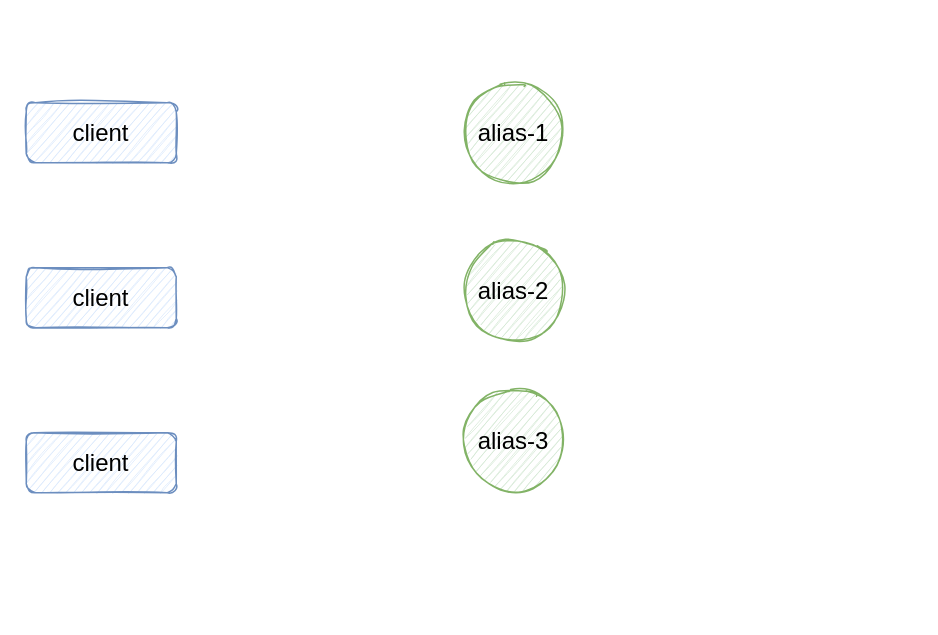
This is Elasticsearch/alias.drawio from cr7258/draw.io, a draw.io file, before an edit. Source tidied: cells renumbered, new cells numbered last; positions are measured from the earlier drawing's top-left corner, leaving out a move shared by most shapes. Both pictures are drawn from the tidied source at 150%, with x=0, y=0 at pixel (26, 80).
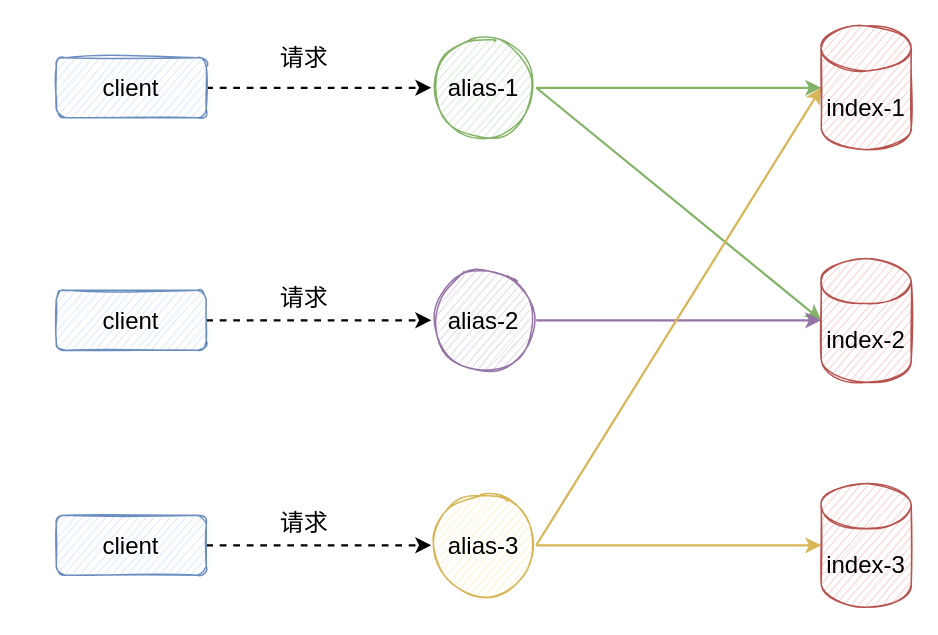
The same page after the edit.

What changed in the source:
```diff
@@
+    <mxCell id="8" style="edgeStyle=orthogonalEdgeStyle;rounded=0;jettySize=auto;html=1;exitX=1;exitY=0.5;exitDx=0;exitDy=0;entryX=0;entryY=0.5;entryDx=0;entryDy=0;fontSize=16;strokeWidth=1.5;dashed=1;" parent="1" edge="1" source="2" target="5">
+      <mxGeometry relative="1" as="geometry" />
+    </mxCell>
     <mxCell id="2" value="&lt;font style=&quot;font-size: 16px&quot;&gt;client&lt;/font&gt;" style="rounded=1;whiteSpace=wrap;html=1;fillColor=#dae8fc;strokeColor=#6c8ebf;sketch=1;" parent="1" vertex="1">
-      <mxGeometry y="15" width="100" height="40" as="geometry" />
+      <mxGeometry x="20" y="-15" width="100" height="40" as="geometry" />
     </mxCell>
+    <mxCell id="9" style="edgeStyle=none;rounded=0;jettySize=auto;html=1;exitX=1;exitY=0.5;exitDx=0;exitDy=0;entryX=0;entryY=0.5;entryDx=0;entryDy=0;fontSize=16;strokeWidth=1.5;dashed=1;" parent="1" edge="1" source="3" target="6">
+      <mxGeometry relative="1" as="geometry" />
+    </mxCell>
     <mxCell id="3" value="&lt;font style=&quot;font-size: 16px&quot;&gt;client&lt;/font&gt;" style="rounded=1;whiteSpace=wrap;html=1;fillColor=#dae8fc;strokeColor=#6c8ebf;sketch=1;" parent="1" vertex="1">
-      <mxGeometry y="125" width="100" height="40" as="geometry" />
+      <mxGeometry x="20" y="140" width="100" height="40" as="geometry" />
     </mxCell>
+    <mxCell id="10" style="edgeStyle=none;rounded=0;jettySize=auto;html=1;exitX=1;exitY=0.5;exitDx=0;exitDy=0;entryX=0;entryY=0.5;entryDx=0;entryDy=0;fontSize=16;strokeWidth=1.5;dashed=1;" parent="1" edge="1" source="4" target="7">
+      <mxGeometry relative="1" as="geometry" />
+    </mxCell>
     <mxCell id="4" value="&lt;font style=&quot;font-size: 16px&quot;&gt;client&lt;/font&gt;" style="rounded=1;whiteSpace=wrap;html=1;fillColor=#dae8fc;strokeColor=#6c8ebf;sketch=1;" parent="1" vertex="1">
-      <mxGeometry y="235" width="100" height="40" as="geometry" />
+      <mxGeometry x="20" y="290" width="100" height="40" as="geometry" />
     </mxCell>
+    <mxCell id="11" style="edgeStyle=orthogonalEdgeStyle;jettySize=auto;html=1;exitX=1;exitY=0.5;exitDx=0;exitDy=0;entryX=0;entryY=0.5;entryDx=0;entryDy=0;entryPerimeter=0;fontSize=16;strokeWidth=1.5;rounded=0;fillColor=#d5e8d4;strokeColor=#82b366;" parent="1" edge="1" source="5" target="16">
+      <mxGeometry relative="1" as="geometry" />
+    </mxCell>
+    <mxCell id="12" style="rounded=0;jettySize=auto;html=1;exitX=1;exitY=0.5;exitDx=0;exitDy=0;entryX=0;entryY=0.5;entryDx=0;entryDy=0;entryPerimeter=0;fontSize=16;strokeWidth=1.5;fillColor=#d5e8d4;strokeColor=#82b366;" parent="1" edge="1" source="5" target="17">
+      <mxGeometry relative="1" as="geometry" />
+    </mxCell>
     <mxCell id="5" value="alias-1" style="ellipse;whiteSpace=wrap;html=1;fontSize=16;fillColor=#d5e8d4;strokeColor=#82b366;sketch=1;" parent="1" vertex="1">
-      <mxGeometry x="290" width="70" height="70" as="geometry" />
+      <mxGeometry x="270" y="-30" width="70" height="70" as="geometry" />
     </mxCell>
+    <mxCell id="13" style="edgeStyle=none;rounded=0;jettySize=auto;html=1;exitX=1;exitY=0.5;exitDx=0;exitDy=0;entryX=0;entryY=0.5;entryDx=0;entryDy=0;entryPerimeter=0;fontSize=16;strokeWidth=1.5;fillColor=#e1d5e7;strokeColor=#9673a6;" parent="1" edge="1" source="6" target="17">
+      <mxGeometry relative="1" as="geometry" />
+    </mxCell>
-    <mxCell id="6" value="alias-2" style="ellipse;whiteSpace=wrap;html=1;fontSize=16;fillColor=#d5e8d4;strokeColor=#82b366;sketch=1;" parent="1" vertex="1">
-      <mxGeometry x="290" y="105" width="70" height="70" as="geometry" />
+    <mxCell id="6" value="alias-2" style="ellipse;whiteSpace=wrap;html=1;fontSize=16;fillColor=#e1d5e7;strokeColor=#9673a6;sketch=1;" parent="1" vertex="1">
+      <mxGeometry x="270" y="125" width="70" height="70" as="geometry" />
     </mxCell>
+    <mxCell id="14" style="edgeStyle=none;rounded=0;jettySize=auto;html=1;exitX=1;exitY=0.5;exitDx=0;exitDy=0;entryX=0;entryY=0.5;entryDx=0;entryDy=0;entryPerimeter=0;fontSize=16;strokeWidth=1.5;fillColor=#fff2cc;strokeColor=#d6b656;" parent="1" edge="1" source="7" target="18">
+      <mxGeometry relative="1" as="geometry" />
+    </mxCell>
+    <mxCell id="15" style="edgeStyle=none;rounded=0;jettySize=auto;html=1;exitX=1;exitY=0.5;exitDx=0;exitDy=0;entryX=0;entryY=0.5;entryDx=0;entryDy=0;entryPerimeter=0;fontSize=16;strokeWidth=1.5;fillColor=#fff2cc;strokeColor=#d6b656;" parent="1" edge="1" source="7" target="16">
+      <mxGeometry relative="1" as="geometry" />
+    </mxCell>
-    <mxCell id="7" value="alias-3" style="ellipse;whiteSpace=wrap;html=1;fontSize=16;fillColor=#d5e8d4;strokeColor=#82b366;sketch=1;" parent="1" vertex="1">
-      <mxGeometry x="290" y="205" width="70" height="70" as="geometry" />
+    <mxCell id="7" value="alias-3" style="ellipse;whiteSpace=wrap;html=1;fontSize=16;fillColor=#fff2cc;strokeColor=#d6b656;sketch=1;" parent="1" vertex="1">
+      <mxGeometry x="270" y="275" width="70" height="70" as="geometry" />
     </mxCell>
+    <mxCell id="16" value="index-1" style="shape=cylinder3;whiteSpace=wrap;html=1;boundedLbl=1;backgroundOutline=1;size=15;sketch=1;fontSize=16;fillColor=#f8cecc;strokeColor=#b85450;" parent="1" vertex="1">
+      <mxGeometry x="530" y="-36.2" width="60" height="82.5" as="geometry" />
+    </mxCell>
+    <mxCell id="17" value="index-2" style="shape=cylinder3;whiteSpace=wrap;html=1;boundedLbl=1;backgroundOutline=1;size=15;sketch=1;fontSize=16;fillColor=#f8cecc;strokeColor=#b85450;" parent="1" vertex="1">
+      <mxGeometry x="530" y="118.8" width="60" height="82.5" as="geometry" />
+    </mxCell>
+    <mxCell id="18" value="index-3" style="shape=cylinder3;whiteSpace=wrap;html=1;boundedLbl=1;backgroundOutline=1;size=15;sketch=1;fontSize=16;fillColor=#f8cecc;strokeColor=#b85450;" parent="1" vertex="1">
+      <mxGeometry x="530" y="268.8" width="60" height="82.5" as="geometry" />
+    </mxCell>
+    <mxCell id="19" value="请求" style="text;html=1;align=center;verticalAlign=middle;strokeColor=none;fillColor=none;fontSize=16;" parent="1" vertex="1">
+      <mxGeometry x="160" y="-25" width="50" height="20" as="geometry" />
+    </mxCell>
+    <mxCell id="20" value="请求" style="text;html=1;align=center;verticalAlign=middle;strokeColor=none;fillColor=none;fontSize=16;" parent="1" vertex="1">
+      <mxGeometry x="160" y="135" width="50" height="20" as="geometry" />
+    </mxCell>
+    <mxCell id="21" value="请求" style="text;html=1;align=center;verticalAlign=middle;strokeColor=none;fillColor=none;fontSize=16;" parent="1" vertex="1">
+      <mxGeometry x="160" y="285" width="50" height="20" as="geometry" />
+    </mxCell>
```
